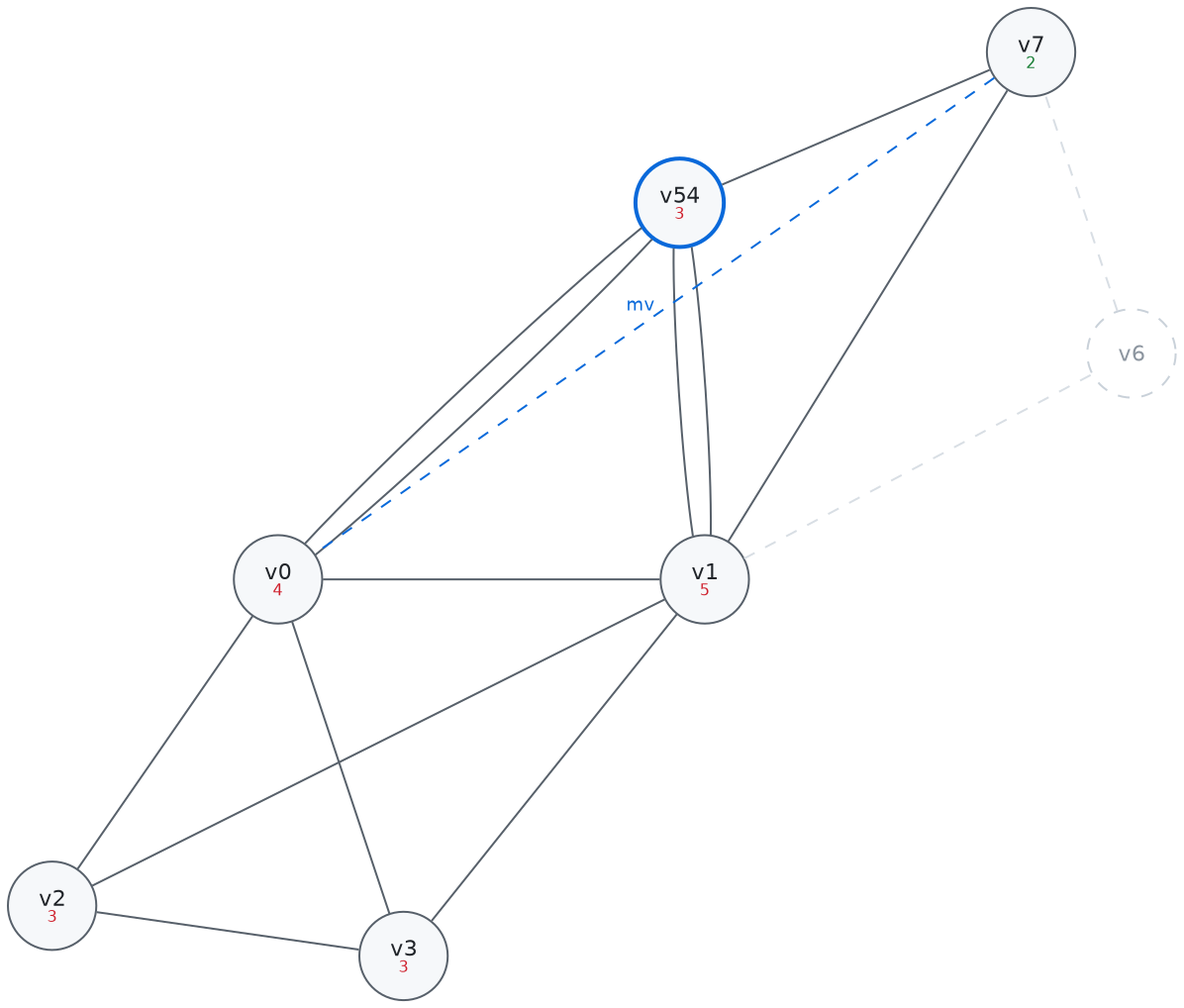
Above: Sable/compiler/doc/figures/wt-coalesce.png in aita/CompLab (Graphviz), before the change. Its source is kept beside it as Sable/compiler/doc/figures/wt-coalesce.dot.
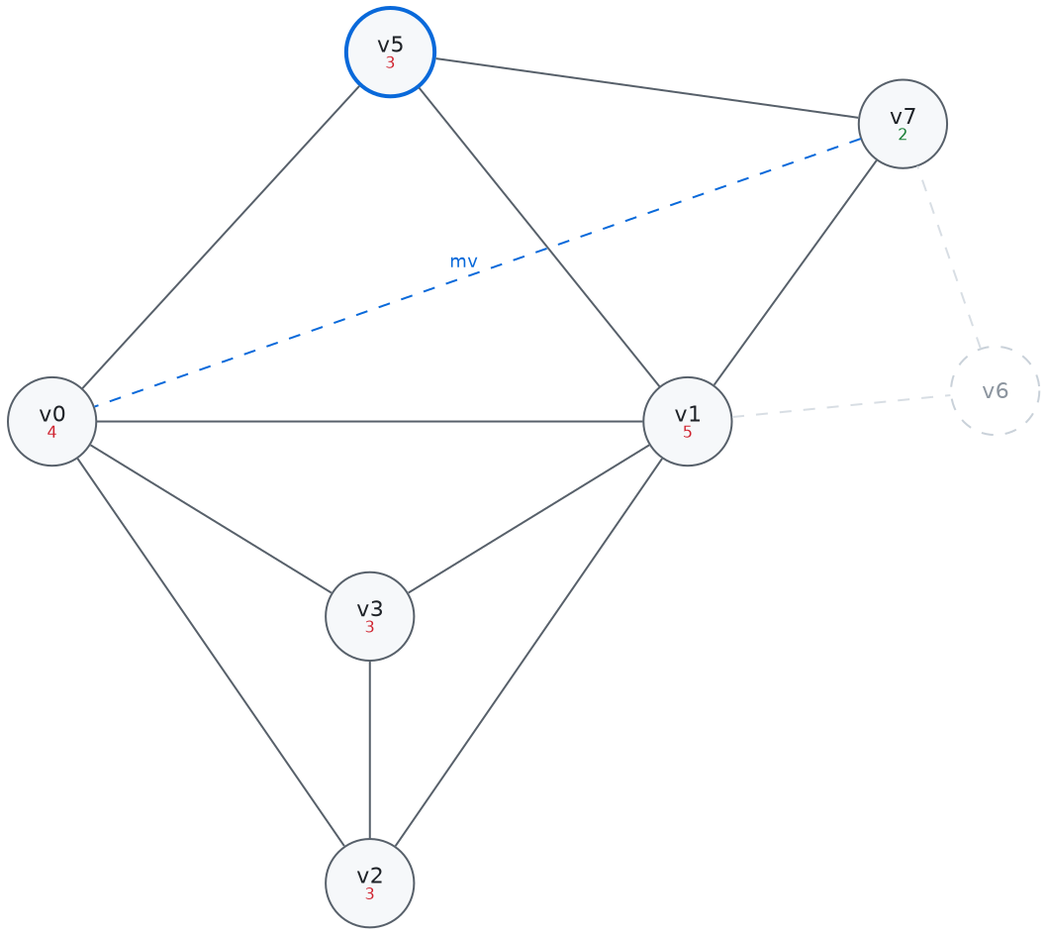
The same diagram one commit later.

Diff of the diagram source:
```diff
@@ -8,21 +8,19 @@
         color = "#57606a", fontcolor = "#1f2328",
         fontname = "Helvetica", fontsize = 11, width = 0.62, fixedsize = true];
   edge [color = "#57606a", dir = none, fontname = "Helvetica", fontsize = 9];
-  v0 [label = <v0<BR/><FONT POINT-SIZE="8" COLOR="#cf222e">4</FONT>>, fillcolor = "#f6f8fa", color = "#57606a" pos = "0,1.5!"];
-  v1 [label = <v1<BR/><FONT POINT-SIZE="8" COLOR="#cf222e">5</FONT>>, fillcolor = "#f6f8fa", color = "#57606a" pos = "1.7,1.5!"];
-  v2 [label = <v2<BR/><FONT POINT-SIZE="8" COLOR="#cf222e">3</FONT>>, fillcolor = "#f6f8fa", color = "#57606a" pos = "-0.9,0.2!"];
-  v3 [label = <v3<BR/><FONT POINT-SIZE="8" COLOR="#cf222e">3</FONT>>, fillcolor = "#f6f8fa", color = "#57606a" pos = "0.5,0!"];
-  v5 [label = <v54<BR/><FONT POINT-SIZE="8" COLOR="#cf222e">3</FONT>>, fillcolor = "#f6f8fa", color = "#0969da", penwidth = 2 pos = "1.6,3!"];
-  v6 [label = <<FONT COLOR="#8c959f">v6</FONT>>, style = "filled,dashed", fillcolor = "#ffffff", color = "#c9d1d9" pos = "3.4,2.4!"];
-  v7 [label = <v7<BR/><FONT POINT-SIZE="8" COLOR="#1a7f37">2</FONT>>, fillcolor = "#f6f8fa", color = "#57606a" pos = "3,3.6!"];
+  v0 [label = <v0<BR/><FONT POINT-SIZE="8" COLOR="#cf222e">4</FONT>>, fillcolor = "#f6f8fa", color = "#57606a" pos = "-1.55,0.1!"];
+  v1 [label = <v1<BR/><FONT POINT-SIZE="8" COLOR="#cf222e">5</FONT>>, fillcolor = "#f6f8fa", color = "#57606a" pos = "1.55,0.1!"];
+  v2 [label = <v2<BR/><FONT POINT-SIZE="8" COLOR="#cf222e">3</FONT>>, fillcolor = "#f6f8fa", color = "#57606a" pos = "0,-2.15!"];
+  v3 [label = <v3<BR/><FONT POINT-SIZE="8" COLOR="#cf222e">3</FONT>>, fillcolor = "#f6f8fa", color = "#57606a" pos = "0,-0.85!"];
+  v5 [label = <v5<BR/><FONT POINT-SIZE="8" COLOR="#cf222e">3</FONT>>, fillcolor = "#f6f8fa", color = "#0969da", penwidth = 2 pos = "0.1,1.9!"];
+  v6 [label = <<FONT COLOR="#8c959f">v6</FONT>>, style = "filled,dashed", fillcolor = "#ffffff", color = "#c9d1d9" pos = "3.05,0.25!"];
+  v7 [label = <v7<BR/><FONT POINT-SIZE="8" COLOR="#1a7f37">2</FONT>>, fillcolor = "#f6f8fa", color = "#57606a" pos = "2.6,1.55!"];
   v0 -- v1 [color = "#57606a"];
   v0 -- v2 [color = "#57606a"];
   v0 -- v3 [color = "#57606a"];
   v0 -- v5 [color = "#57606a"];
-  v0 -- v5 [color = "#57606a"];
   v1 -- v2 [color = "#57606a"];
   v1 -- v3 [color = "#57606a"];
-  v1 -- v5 [color = "#57606a"];
   v1 -- v5 [color = "#57606a"];
   v1 -- v6 [color = "#d8dee4", style = dashed];
   v1 -- v7 [color = "#57606a"];
```
